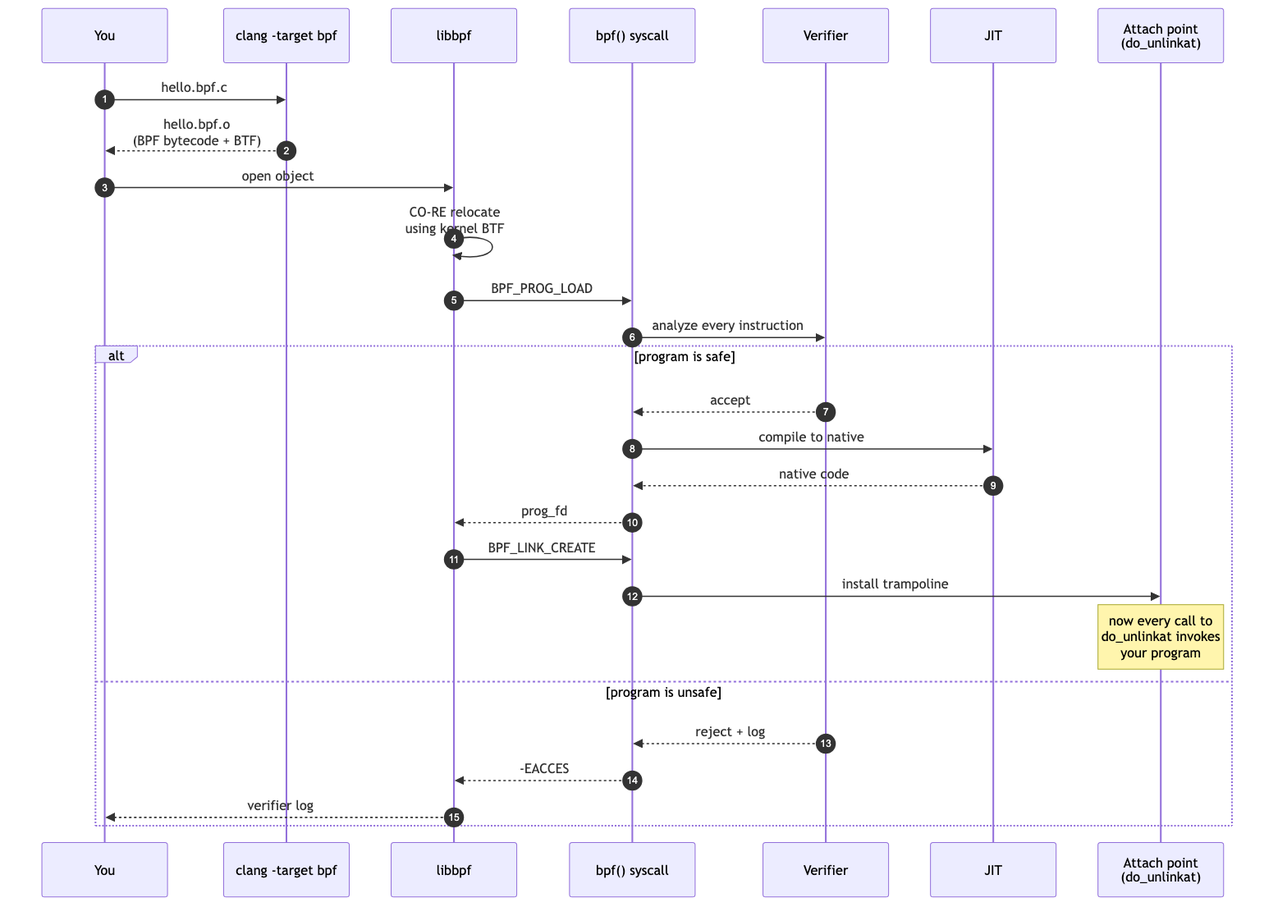
Before: ebpf/src/diagrams/day01_lifecycle.png, a diagram exported from Mermaid (biefy/books). Its source is kept beside it as ebpf/src/diagrams/src/day01_lifecycle.mmd.
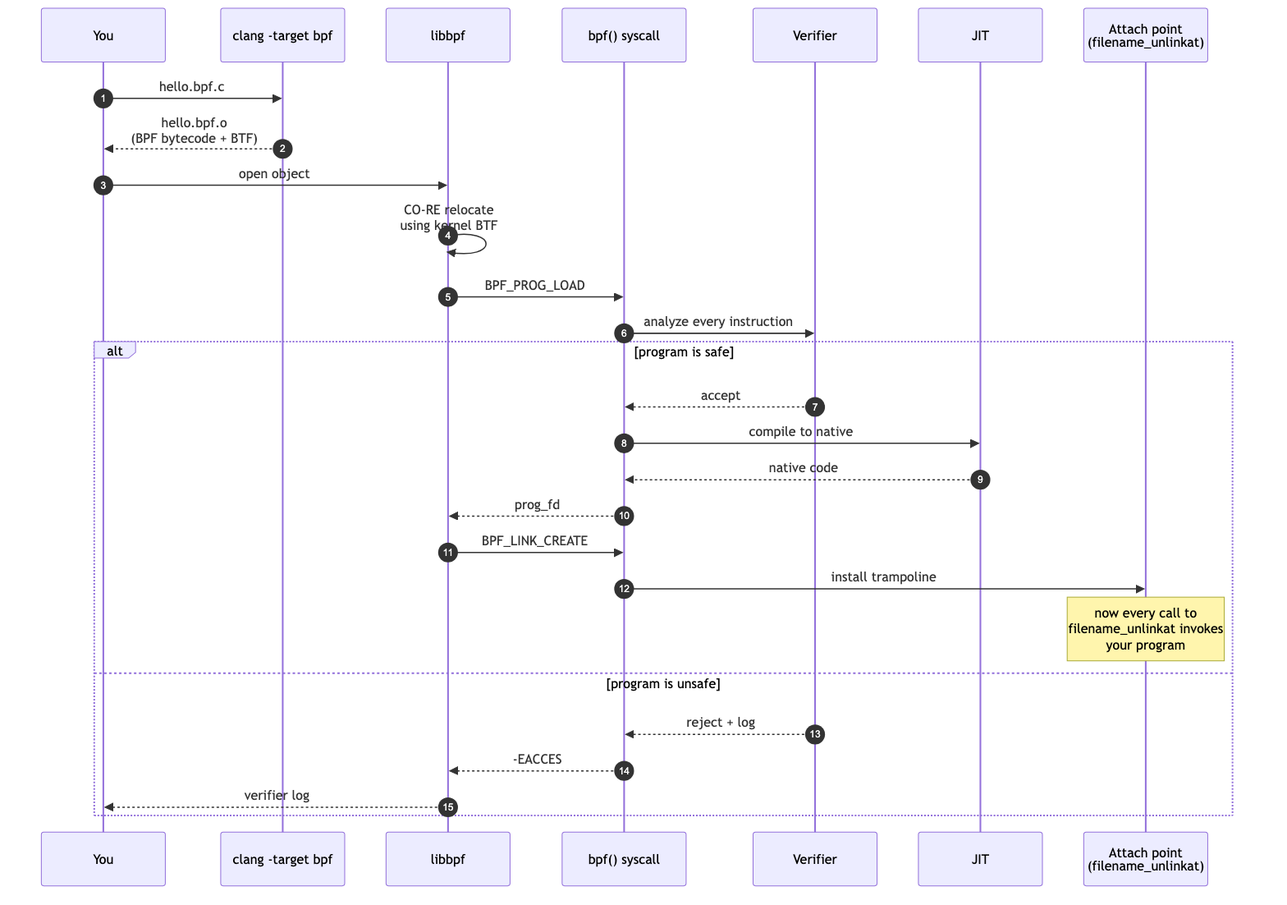
Above is the later version.

Diff of the diagram source:
```diff
@@ -6,7 +6,7 @@
     participant SC as bpf() syscall
     participant VER as Verifier
     participant JIT as JIT
-    participant ATT as Attach point<br/>(do_unlinkat)
+    participant ATT as Attach point<br/>(filename_unlinkat)
 
     DEV->>CC: hello.bpf.c
     CC-->>DEV: hello.bpf.o<br/>(BPF bytecode + BTF)
@@ -21,7 +21,7 @@
         SC-->>LB: prog_fd
         LB->>SC: BPF_LINK_CREATE
         SC->>ATT: install trampoline
-        Note over ATT: now every call to<br/>do_unlinkat invokes<br/>your program
+        Note over ATT: now every call to<br/>filename_unlinkat invokes<br/>your program
     else program is unsafe
         VER-->>SC: reject + log
         SC-->>LB: -EACCES
```
